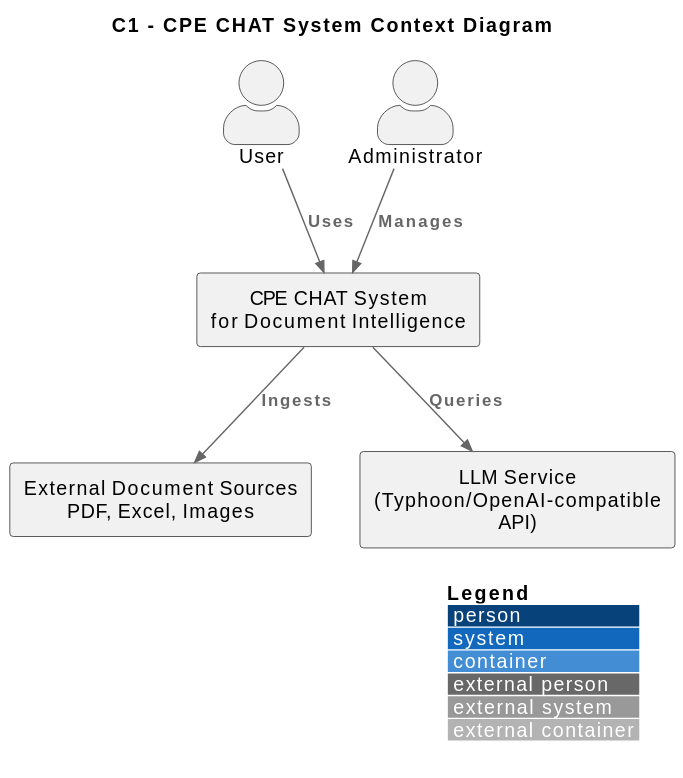
Before: docs/rendered/Backend_C1_C4_Diagram.svg, a diagram exported from PlantUML (KKOIDF/CPE-CHAT-0.0.2). The source it was exported from:
```plantuml
@startuml
!include https://raw.githubusercontent.com/plantuml-stdlib/C4-PlantUML/master/C4_Context.puml
!include https://raw.githubusercontent.com/plantuml-stdlib/C4-PlantUML/master/C4_Container.puml
!include https://raw.githubusercontent.com/plantuml-stdlib/C4-PlantUML/master/C4_Component.puml
!include https://raw.githubusercontent.com/plantuml-stdlib/C4-PlantUML/master/C4_Deployment.puml

!define FONTNAME Arial
!define FONTCOLOR #333333
!define ARCCOLOR #438DD5

LAYOUT_WITH_LEGEND()

title C1 - CPE CHAT System Context Diagram

actor "User" as user
rectangle "CPE CHAT System\nfor Document Intelligence" as cpe_system

actor "Administrator" as admin

rectangle "External Document Sources\nPDF, Excel, Images" as external_docs
rectangle "LLM Service\n(Typhoon/OpenAI-compatible API)" as llm

Rel(user, cpe_system, "Uses")
Rel(admin, cpe_system, "Manages")
Rel(cpe_system, external_docs, "Ingests")
Rel(cpe_system, llm, "Queries")
@enduml
```
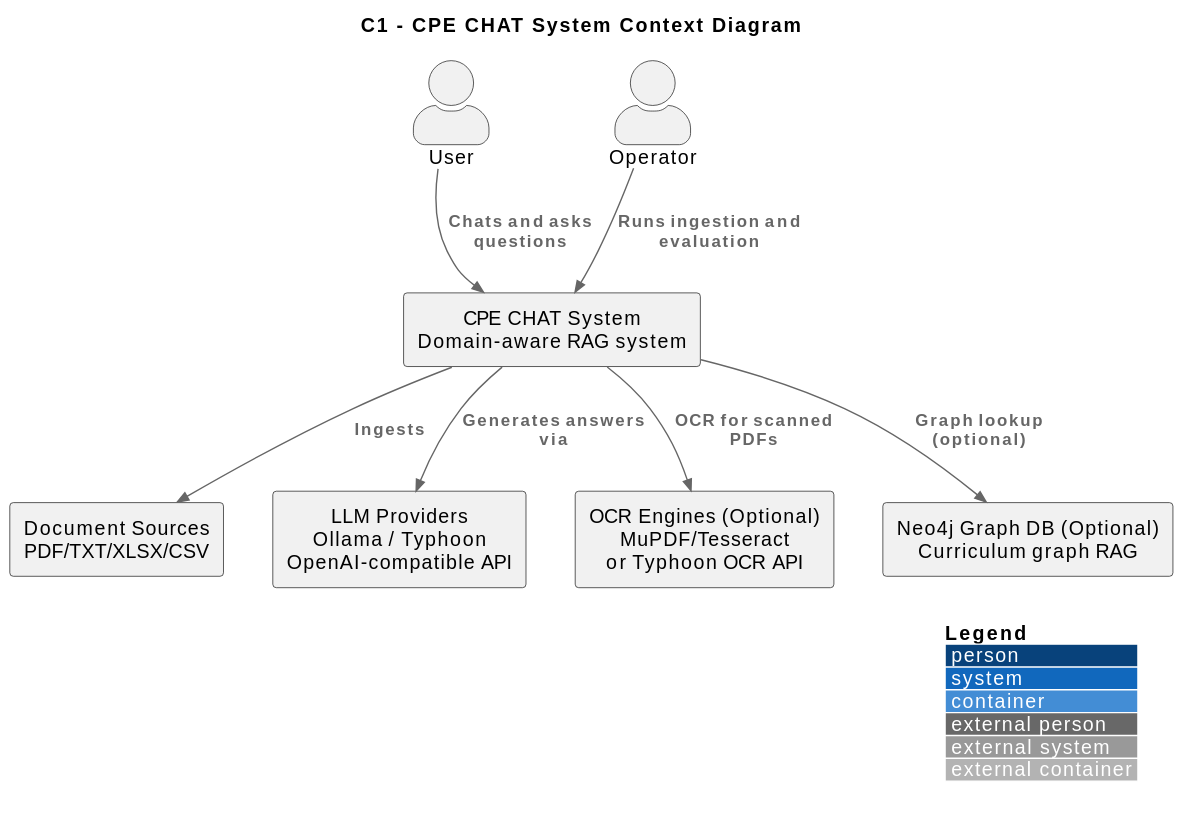
The same file after the commit.

The edit, as a diff of the source:
```diff
@@ -1,8 +1,8 @@
 @startuml
-!include https://raw.githubusercontent.com/plantuml-stdlib/C4-PlantUML/master/C4_Context.puml
-!include https://raw.githubusercontent.com/plantuml-stdlib/C4-PlantUML/master/C4_Container.puml
-!include https://raw.githubusercontent.com/plantuml-stdlib/C4-PlantUML/master/C4_Component.puml
-!include https://raw.githubusercontent.com/plantuml-stdlib/C4-PlantUML/master/C4_Deployment.puml
+!include <C4/C4_Context>
+!include <C4/C4_Container>
+!include <C4/C4_Component>
+!include <C4/C4_Deployment>
 
 !define FONTNAME Arial
 !define FONTCOLOR #333333
@@ -13,15 +13,19 @@
 title C1 - CPE CHAT System Context Diagram
 
 actor "User" as user
-rectangle "CPE CHAT System\nfor Document Intelligence" as cpe_system
+rectangle "CPE CHAT System\nDomain-aware RAG system" as cpe_system
 
-actor "Administrator" as admin
+actor "Operator" as admin
 
-rectangle "External Document Sources\nPDF, Excel, Images" as external_docs
-rectangle "LLM Service\n(Typhoon/OpenAI-compatible API)" as llm
+rectangle "Document Sources\nPDF/TXT/XLSX/CSV" as external_docs
+rectangle "LLM Providers\nOllama / Typhoon\nOpenAI-compatible API" as llm
+rectangle "OCR Engines (Optional)\nMuPDF/Tesseract\nor Typhoon OCR API" as ocr
+rectangle "Neo4j Graph DB (Optional)\nCurriculum graph RAG" as neo4j
 
-Rel(user, cpe_system, "Uses")
-Rel(admin, cpe_system, "Manages")
+Rel(user, cpe_system, "Chats and asks questions")
+Rel(admin, cpe_system, "Runs ingestion and evaluation")
 Rel(cpe_system, external_docs, "Ingests")
-Rel(cpe_system, llm, "Queries")
+Rel(cpe_system, llm, "Generates answers via")
+Rel(cpe_system, ocr, "OCR for scanned PDFs")
+Rel(cpe_system, neo4j, "Graph lookup (optional)")
 @enduml
```
